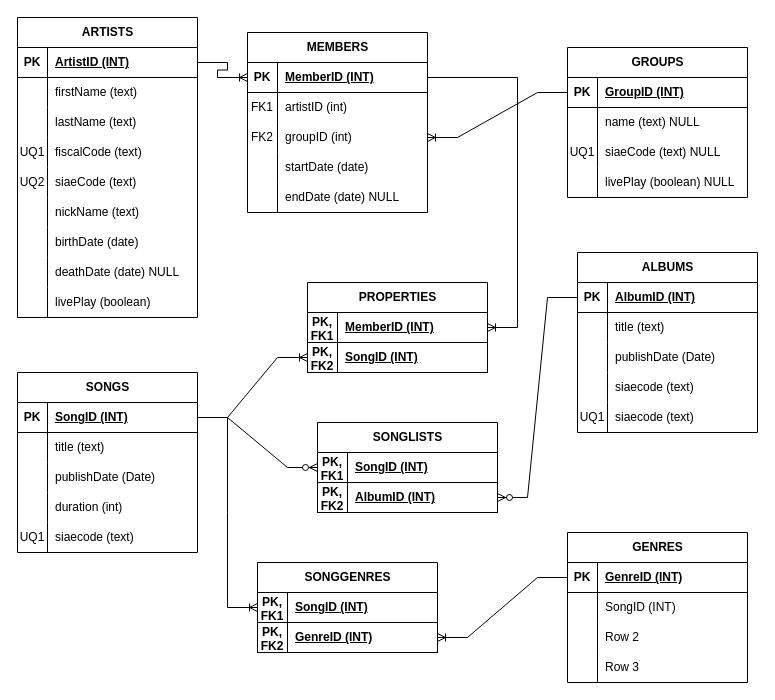
This is Record Company.drawio from federico-mariconti/SIAM-1838, a draw.io file, before an edit. Source tidied: cells renumbered, new cells numbered last; positions are measured from the earlier drawing's top-left corner, leaving out a move shared by most shapes. Both pictures are drawn from the tidied source at 100%, with x=0, y=0 at pixel (17, 17).
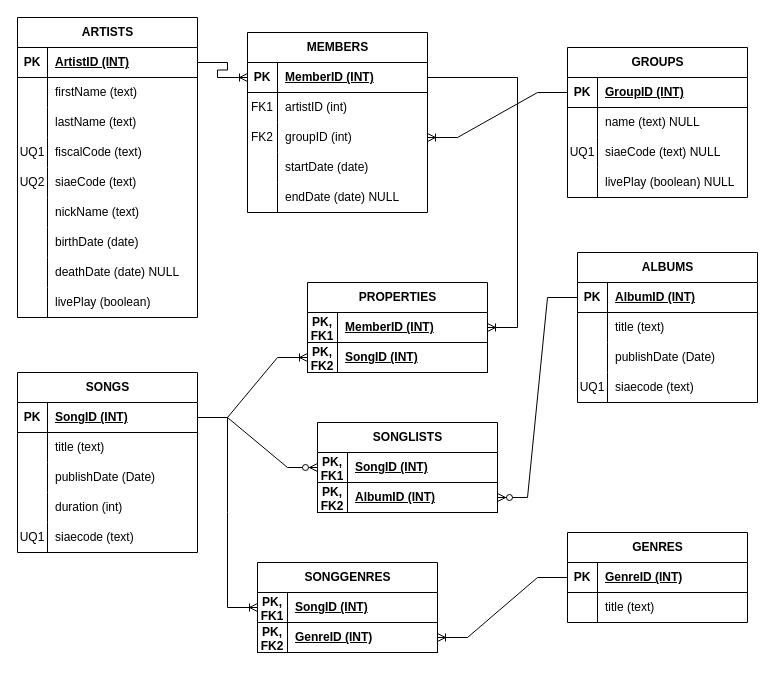
The same diagram, later.

Unchanged cells that the change refers to:
```xml
<mxCell id="105" style="shape=tableRow;horizontal=0;startSize=0;swimlaneHead=0;swimlaneBody=0;fillColor=none;top=0;left=0;right=0;bottom=0;" parent="101" vertex="1">
  <mxGeometry y="60" width="180" height="30" as="geometry" />
</mxCell>
```

What changed in the source:
```diff
@@
     <mxCell id="76" value="ALBUMS" style="shape=table;startSize=30;childLayout=tableLayout;rowLines=0;fontStyle=1;align=center;html=1;" parent="1" vertex="1">
-      <mxGeometry x="560" y="235" width="180" height="180" as="geometry" />
+      <mxGeometry x="560" y="235" width="180" height="150" as="geometry" />
     </mxCell>
@@
-    <mxCell id="86" style="shape=tableRow;horizontal=0;startSize=0;swimlaneHead=0;swimlaneBody=0;fillColor=none;top=0;left=0;right=0;bottom=0;" parent="76" vertex="1">
-      <mxGeometry y="120" width="180" height="30" as="geometry" />
-    </mxCell>
-    <mxCell id="87" style="shape=partialRectangle;fillColor=none;top=0;left=0;bottom=0;right=0;overflow=hidden;whiteSpace=wrap;html=1;" parent="86" vertex="1">
-      <mxGeometry width="30" height="30" as="geometry" />
-    </mxCell>
-    <mxCell id="88" value="siaecode (text)" style="shape=partialRectangle;fillColor=none;top=0;left=0;bottom=0;right=0;align=left;spacingLeft=6;overflow=hidden;whiteSpace=wrap;html=1;" parent="86" vertex="1">
-      <mxGeometry x="30" width="150" height="30" as="geometry" />
-    </mxCell>
     <mxCell id="89" style="shape=tableRow;horizontal=0;startSize=0;swimlaneHead=0;swimlaneBody=0;fillColor=none;top=0;left=0;right=0;bottom=0;" parent="76" vertex="1">
-      <mxGeometry y="150" width="180" height="30" as="geometry" />
+      <mxGeometry y="120" width="180" height="30" as="geometry" />
     </mxCell>
@@
     <mxCell id="101" value="GENRES" style="shape=table;startSize=30;childLayout=tableLayout;rowLines=0;fontStyle=1;align=center;html=1;" parent="1" vertex="1">
-      <mxGeometry x="550" y="515" width="180" height="150" as="geometry" />
+      <mxGeometry x="550" y="515" width="180" height="90" as="geometry" />
     </mxCell>
@@
-    <mxCell id="107" value="SongID (INT)" style="shape=partialRectangle;fillColor=none;top=0;left=0;bottom=0;right=0;align=left;spacingLeft=6;overflow=hidden;whiteSpace=wrap;html=1;" parent="105" vertex="1">
+    <mxCell id="107" value="title (text)" style="shape=partialRectangle;fillColor=none;top=0;left=0;bottom=0;right=0;align=left;spacingLeft=6;overflow=hidden;whiteSpace=wrap;html=1;" parent="105" vertex="1">
       <mxGeometry x="30" width="150" height="30" as="geometry" />
     </mxCell>
-    <mxCell id="108" style="shape=tableRow;horizontal=0;startSize=0;swimlaneHead=0;swimlaneBody=0;fillColor=none;top=0;left=0;right=0;bottom=0;" parent="101" vertex="1">
-      <mxGeometry y="90" width="180" height="30" as="geometry" />
-    </mxCell>
-    <mxCell id="109" style="shape=partialRectangle;fillColor=none;top=0;left=0;bottom=0;right=0;overflow=hidden;whiteSpace=wrap;html=1;" parent="108" vertex="1">
-      <mxGeometry width="30" height="30" as="geometry" />
-    </mxCell>
-    <mxCell id="110" value="Row 2" style="shape=partialRectangle;fillColor=none;top=0;left=0;bottom=0;right=0;align=left;spacingLeft=6;overflow=hidden;whiteSpace=wrap;html=1;" parent="108" vertex="1">
-      <mxGeometry x="30" width="150" height="30" as="geometry" />
-    </mxCell>
-    <mxCell id="111" style="shape=tableRow;horizontal=0;startSize=0;swimlaneHead=0;swimlaneBody=0;fillColor=none;top=0;left=0;right=0;bottom=0;" parent="101" vertex="1">
-      <mxGeometry y="120" width="180" height="30" as="geometry" />
-    </mxCell>
-    <mxCell id="112" style="shape=partialRectangle;fillColor=none;top=0;left=0;bottom=0;right=0;overflow=hidden;whiteSpace=wrap;html=1;" parent="111" vertex="1">
-      <mxGeometry width="30" height="30" as="geometry" />
-    </mxCell>
-    <mxCell id="113" value="Row 3" style="shape=partialRectangle;fillColor=none;top=0;left=0;bottom=0;right=0;align=left;spacingLeft=6;overflow=hidden;whiteSpace=wrap;html=1;" parent="111" vertex="1">
-      <mxGeometry x="30" width="150" height="30" as="geometry" />
-    </mxCell>
```
